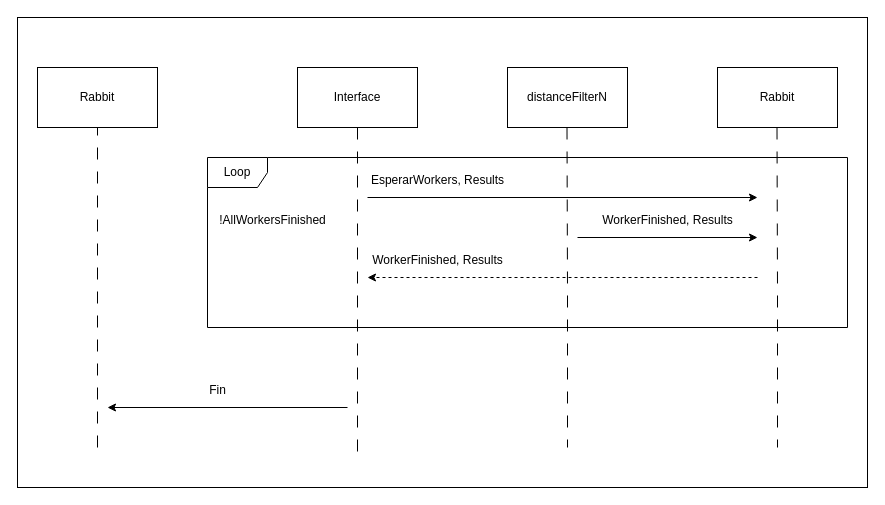
Before: page "FinTrabajoWorkers" (4 of 5) of docs/diagramas/SecuenciaDistribuidos.drawio in FranciscoPereira987/tp1-distribuidos-grupo5, a draw.io diagram. Source tidied: cells renumbered, new cells numbered last; positions are measured from the earlier drawing's top-left corner, leaving out a move shared by most shapes. Both pictures are drawn from the tidied source at 100%, with x=0, y=0 at pixel (17, 17).
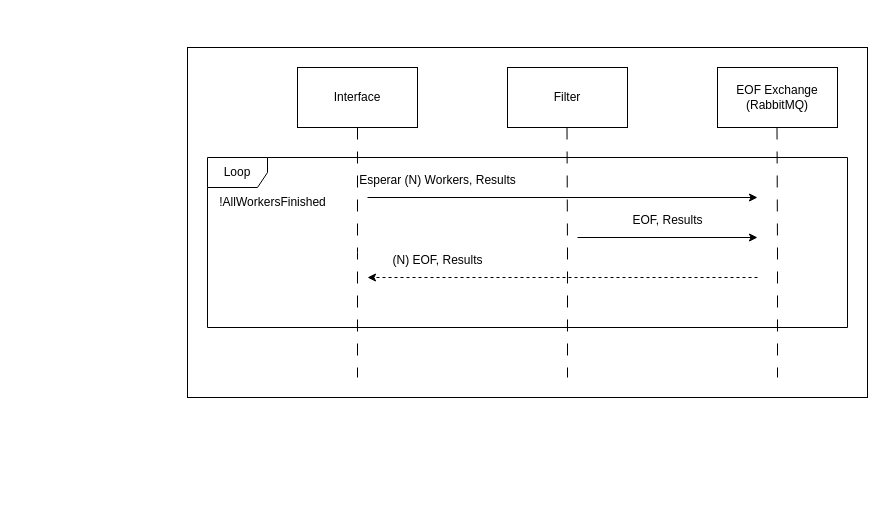
After the change.

Unchanged cells that the change refers to:
```xml
<mxCell id="3" value="Interface" style="rounded=0;whiteSpace=wrap;html=1;" parent="1" vertex="1">
  <mxGeometry x="280" y="50" width="120" height="60" as="geometry" />
</mxCell>
```

What changed in the source:
```diff
@@
+    <mxCell id="20" style="rounded=0;whiteSpace=wrap;html=1;fillColor=none;" parent="1" vertex="1">
+      <mxGeometry x="170" y="30" width="680" height="350" as="geometry" />
+    </mxCell>
     <mxCell id="2" style="edgeStyle=orthogonalEdgeStyle;rounded=0;jettySize=auto;html=1;exitX=0.5;exitY=1;exitDx=0;exitDy=0;dashed=1;dashPattern=12 12;endArrow=none;endFill=0;" parent="1" edge="1" source="3">
       <mxGeometry relative="1" as="geometry">
-        <mxPoint x="340" y="440" as="targetPoint" />
+        <mxPoint x="340" y="360" as="targetPoint" />
       </mxGeometry>
     </mxCell>
@@
-    <mxCell id="4" value="distanceFilterN" style="rounded=0;whiteSpace=wrap;html=1;" parent="1" vertex="1">
+    <mxCell id="4" value="Filter" style="rounded=0;whiteSpace=wrap;html=1;" parent="1" vertex="1">
       <mxGeometry x="490" y="50" width="120" height="60" as="geometry" />
     </mxCell>
-    <mxCell id="5" value="Rabbit" style="rounded=0;whiteSpace=wrap;html=1;" parent="1" vertex="1">
+    <mxCell id="5" value="&lt;div&gt;EOF Exchange&lt;/div&gt;&lt;div&gt;(RabbitMQ)&lt;br&gt;&lt;/div&gt;" style="rounded=0;whiteSpace=wrap;html=1;" parent="1" vertex="1">
       <mxGeometry x="700" y="50" width="120" height="60" as="geometry" />
     </mxCell>
     <mxCell id="6" style="edgeStyle=orthogonalEdgeStyle;rounded=0;orthogonalLoop=1;jettySize=auto;html=1;exitX=0.5;exitY=1;exitDx=0;exitDy=0;dashed=1;dashPattern=12 12;endArrow=none;endFill=0;" parent="1" edge="1">
       <mxGeometry relative="1" as="geometry">
         <mxPoint x="549.5" y="110" as="sourcePoint" />
-        <mxPoint x="550" y="430" as="targetPoint" />
+        <mxPoint x="550" y="360" as="targetPoint" />
       </mxGeometry>
     </mxCell>
     <mxCell id="7" style="edgeStyle=orthogonalEdgeStyle;rounded=0;orthogonalLoop=1;jettySize=auto;html=1;exitX=0.5;exitY=1;exitDx=0;exitDy=0;dashed=1;dashPattern=12 12;endArrow=none;endFill=0;" parent="1" edge="1">
       <mxGeometry relative="1" as="geometry">
         <mxPoint x="759.5" y="110" as="sourcePoint" />
-        <mxPoint x="760" y="430" as="targetPoint" />
+        <mxPoint x="760" y="360" as="targetPoint" />
       </mxGeometry>
     </mxCell>
@@
-    <mxCell id="9" value="EsperarWorkers, Results" style="text;html=1;align=center;verticalAlign=middle;strokeColor=none;fillColor=none;" parent="1" vertex="1">
-      <mxGeometry x="340" y="148" width="160" height="30" as="geometry" />
+    <mxCell id="9" value="Esperar (N) Workers, Results" style="text;html=1;align=center;verticalAlign=middle;strokeColor=none;fillColor=none;" parent="1" vertex="1">
+      <mxGeometry x="325" y="148" width="190" height="30" as="geometry" />
     </mxCell>
@@
-    <mxCell id="11" value="WorkerFinished, Results" style="text;html=1;align=center;verticalAlign=middle;strokeColor=none;fillColor=none;" parent="1" vertex="1">
-      <mxGeometry x="575" y="188" width="150" height="30" as="geometry" />
+    <mxCell id="11" value="EOF, Results" style="text;html=1;align=center;verticalAlign=middle;strokeColor=none;fillColor=none;" parent="1" vertex="1">
+      <mxGeometry x="605" y="188" width="90" height="30" as="geometry" />
     </mxCell>
@@
-    <mxCell id="13" value="WorkerFinished, Results" style="text;html=1;align=center;verticalAlign=middle;strokeColor=none;fillColor=none;" parent="1" vertex="1">
-      <mxGeometry x="345" y="228" width="150" height="30" as="geometry" />
+    <mxCell id="13" value="(N) EOF, Results" style="text;html=1;align=center;verticalAlign=middle;strokeColor=none;fillColor=none;" parent="1" vertex="1">
+      <mxGeometry x="360" y="228" width="120" height="30" as="geometry" />
     </mxCell>
@@
     <mxCell id="15" value="!AllWorkersFinished" style="text;html=1;align=center;verticalAlign=middle;strokeColor=none;fillColor=none;" parent="1" vertex="1">
-      <mxGeometry x="190" y="188" width="130" height="30" as="geometry" />
+      <mxGeometry x="190" y="170" width="130" height="30" as="geometry" />
     </mxCell>
-    <mxCell id="16" value="Rabbit" style="rounded=0;whiteSpace=wrap;html=1;" parent="1" vertex="1">
-      <mxGeometry x="20" y="50" width="120" height="60" as="geometry" />
-    </mxCell>
-    <mxCell id="17" style="endArrow=none;html=1;rounded=0;entryX=0.5;entryY=1;entryDx=0;entryDy=0;dashed=1;dashPattern=12 12;" parent="1" edge="1" target="16">
-      <mxGeometry relative="1" as="geometry">
-        <mxPoint x="80" y="430" as="sourcePoint" />
-      </mxGeometry>
-    </mxCell>
-    <mxCell id="18" style="endArrow=classic;html=1;rounded=0;" parent="1" edge="1">
-      <mxGeometry relative="1" as="geometry">
-        <mxPoint x="330" y="390" as="sourcePoint" />
-        <mxPoint x="90" y="390" as="targetPoint" />
-      </mxGeometry>
-    </mxCell>
-    <mxCell id="19" value="Fin" style="text;html=1;align=center;verticalAlign=middle;strokeColor=none;fillColor=none;" parent="1" vertex="1">
-      <mxGeometry x="180" y="358" width="40" height="30" as="geometry" />
-    </mxCell>
-    <mxCell id="20" style="rounded=0;whiteSpace=wrap;html=1;fillColor=none;" parent="1" vertex="1">
-      <mxGeometry width="850" height="470" as="geometry" />
-    </mxCell>
```
